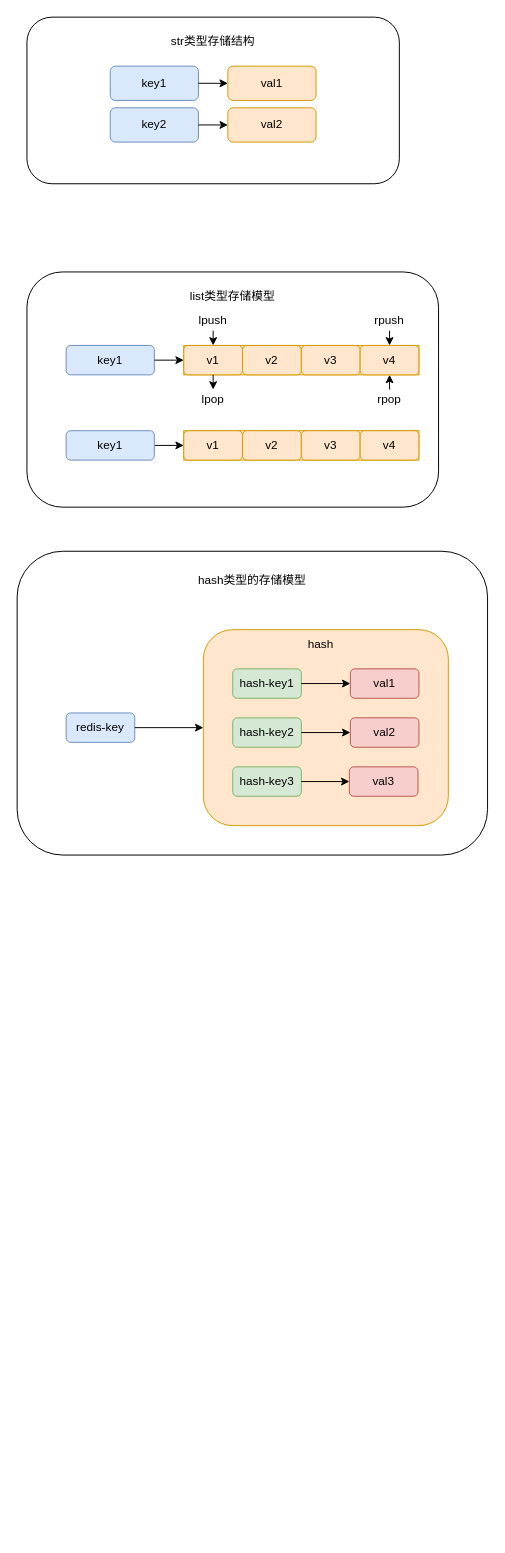
zxwin1105/note keeps this draw.io diagram as drawIo/redis/redis类型存储模型图.drawio. Above is the earlier version. Source tidied: cells renumbered, new cells numbered last; positions are measured from the earlier drawing's top-left corner, leaving out a move shared by most shapes. Both pictures are drawn from the tidied source at 98%, with x=0, y=0 at pixel (17, 17).
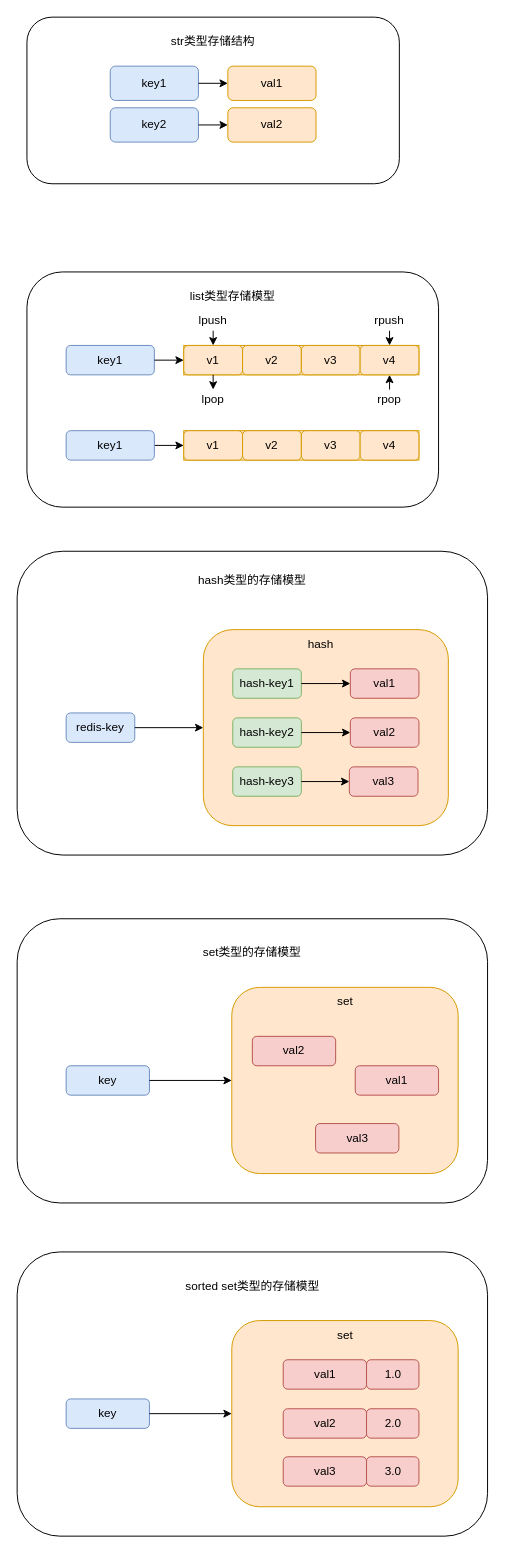
Above is the later version.

Change to the diagram source:
```diff
@@
+    <mxCell id="53" style="group;" parent="1" vertex="1">
+      <mxGeometry y="920" width="480" height="290" as="geometry" />
+    </mxCell>
+    <mxCell id="54" style="rounded=1;whiteSpace=wrap;html=1;" parent="53" vertex="1">
+      <mxGeometry width="480" height="290" as="geometry" />
+    </mxCell>
+    <mxCell id="55" value="set类型的存储模型" style="text;html=1;strokeColor=none;fillColor=none;align=center;verticalAlign=middle;whiteSpace=wrap;rounded=0;" parent="53" vertex="1">
+      <mxGeometry x="185" y="20" width="110" height="30" as="geometry" />
+    </mxCell>
+    <mxCell id="56" value="key" style="rounded=1;whiteSpace=wrap;html=1;fillColor=#dae8fc;strokeColor=#6c8ebf;" parent="53" vertex="1">
+      <mxGeometry x="50" y="150" width="85" height="30" as="geometry" />
+    </mxCell>
+    <mxCell id="57" style="rounded=1;whiteSpace=wrap;html=1;fillColor=#ffe6cc;strokeColor=#d79b00;" parent="53" vertex="1">
+      <mxGeometry x="219" y="70" width="231" height="190" as="geometry" />
+    </mxCell>
+    <mxCell id="58" style="edgeStyle=orthogonalEdgeStyle;rounded=0;jettySize=auto;html=1;exitX=1;exitY=0.5;exitDx=0;exitDy=0;" parent="53" edge="1" source="56" target="57">
+      <mxGeometry relative="1" as="geometry" />
+    </mxCell>
+    <mxCell id="59" value="set" style="text;html=1;strokeColor=none;fillColor=none;align=center;verticalAlign=middle;whiteSpace=wrap;rounded=0;" parent="53" vertex="1">
+      <mxGeometry x="304.5" y="70" width="60" height="30" as="geometry" />
+    </mxCell>
+    <mxCell id="60" style="edgeStyle=orthogonalEdgeStyle;rounded=0;orthogonalLoop=1;jettySize=auto;html=1;exitX=0.5;exitY=1;exitDx=0;exitDy=0;" parent="53" edge="1" source="59" target="59">
+      <mxGeometry relative="1" as="geometry" />
+    </mxCell>
+    <mxCell id="61" value="val1" style="rounded=1;whiteSpace=wrap;html=1;fillColor=#f8cecc;strokeColor=#b85450;" parent="53" vertex="1">
+      <mxGeometry x="345" y="150" width="85" height="30" as="geometry" />
+    </mxCell>
+    <mxCell id="62" value="val2" style="rounded=1;whiteSpace=wrap;html=1;fillColor=#f8cecc;strokeColor=#b85450;" parent="53" vertex="1">
+      <mxGeometry x="240" y="120" width="85" height="30" as="geometry" />
+    </mxCell>
+    <mxCell id="63" value="val3" style="rounded=1;whiteSpace=wrap;html=1;fillColor=#f8cecc;strokeColor=#b85450;" parent="53" vertex="1">
+      <mxGeometry x="304.5" y="209" width="85" height="30" as="geometry" />
+    </mxCell>
+    <mxCell id="64" style="group;" parent="1" vertex="1">
+      <mxGeometry y="1260" width="480" height="290" as="geometry" />
+    </mxCell>
+    <mxCell id="65" style="rounded=1;whiteSpace=wrap;html=1;" parent="64" vertex="1">
+      <mxGeometry width="480" height="290" as="geometry" />
+    </mxCell>
+    <mxCell id="66" value="sorted set类型的存储模型" style="text;html=1;strokeColor=none;fillColor=none;align=center;verticalAlign=middle;whiteSpace=wrap;rounded=0;" parent="64" vertex="1">
+      <mxGeometry x="162.5" y="20" width="155" height="30" as="geometry" />
+    </mxCell>
+    <mxCell id="67" value="key" style="rounded=1;whiteSpace=wrap;html=1;fillColor=#dae8fc;strokeColor=#6c8ebf;" parent="64" vertex="1">
+      <mxGeometry x="50" y="150" width="85" height="30" as="geometry" />
+    </mxCell>
+    <mxCell id="68" style="rounded=1;whiteSpace=wrap;html=1;fillColor=#ffe6cc;strokeColor=#d79b00;" parent="64" vertex="1">
+      <mxGeometry x="219" y="70" width="231" height="190" as="geometry" />
+    </mxCell>
+    <mxCell id="69" style="edgeStyle=orthogonalEdgeStyle;rounded=0;jettySize=auto;html=1;exitX=1;exitY=0.5;exitDx=0;exitDy=0;" parent="64" edge="1" source="67" target="68">
+      <mxGeometry relative="1" as="geometry" />
+    </mxCell>
+    <mxCell id="70" value="set" style="text;html=1;strokeColor=none;fillColor=none;align=center;verticalAlign=middle;whiteSpace=wrap;rounded=0;" parent="64" vertex="1">
+      <mxGeometry x="304.5" y="70" width="60" height="30" as="geometry" />
+    </mxCell>
+    <mxCell id="71" style="edgeStyle=orthogonalEdgeStyle;rounded=0;orthogonalLoop=1;jettySize=auto;html=1;exitX=0.5;exitY=1;exitDx=0;exitDy=0;" parent="64" edge="1" source="70" target="70">
+      <mxGeometry relative="1" as="geometry" />
+    </mxCell>
+    <mxCell id="72" value="val1" style="rounded=1;whiteSpace=wrap;html=1;fillColor=#f8cecc;strokeColor=#b85450;" parent="64" vertex="1">
+      <mxGeometry x="271.5" y="110" width="85" height="30" as="geometry" />
+    </mxCell>
+    <mxCell id="73" value="val2" style="rounded=1;whiteSpace=wrap;html=1;fillColor=#f8cecc;strokeColor=#b85450;" parent="64" vertex="1">
+      <mxGeometry x="271.5" y="160" width="85" height="30" as="geometry" />
+    </mxCell>
+    <mxCell id="74" value="val3" style="rounded=1;whiteSpace=wrap;html=1;fillColor=#f8cecc;strokeColor=#b85450;" parent="64" vertex="1">
+      <mxGeometry x="271.5" y="209" width="85" height="30" as="geometry" />
+    </mxCell>
+    <mxCell id="75" style="edgeStyle=orthogonalEdgeStyle;rounded=0;orthogonalLoop=1;jettySize=auto;html=1;exitX=0.5;exitY=1;exitDx=0;exitDy=0;" parent="64" edge="1" source="72" target="72">
+      <mxGeometry relative="1" as="geometry" />
+    </mxCell>
+    <mxCell id="76" value="1.0" style="rounded=1;whiteSpace=wrap;html=1;fillColor=#f8cecc;strokeColor=#b85450;" parent="64" vertex="1">
+      <mxGeometry x="356.5" y="110" width="53.5" height="30" as="geometry" />
+    </mxCell>
+    <mxCell id="77" value="2.0" style="rounded=1;whiteSpace=wrap;html=1;fillColor=#f8cecc;strokeColor=#b85450;" parent="64" vertex="1">
+      <mxGeometry x="356.5" y="160" width="53.5" height="30" as="geometry" />
+    </mxCell>
+    <mxCell id="78" value="3.0" style="rounded=1;whiteSpace=wrap;html=1;fillColor=#f8cecc;strokeColor=#b85450;" parent="64" vertex="1">
+      <mxGeometry x="356.5" y="209" width="53.5" height="30" as="geometry" />
+    </mxCell>
```
